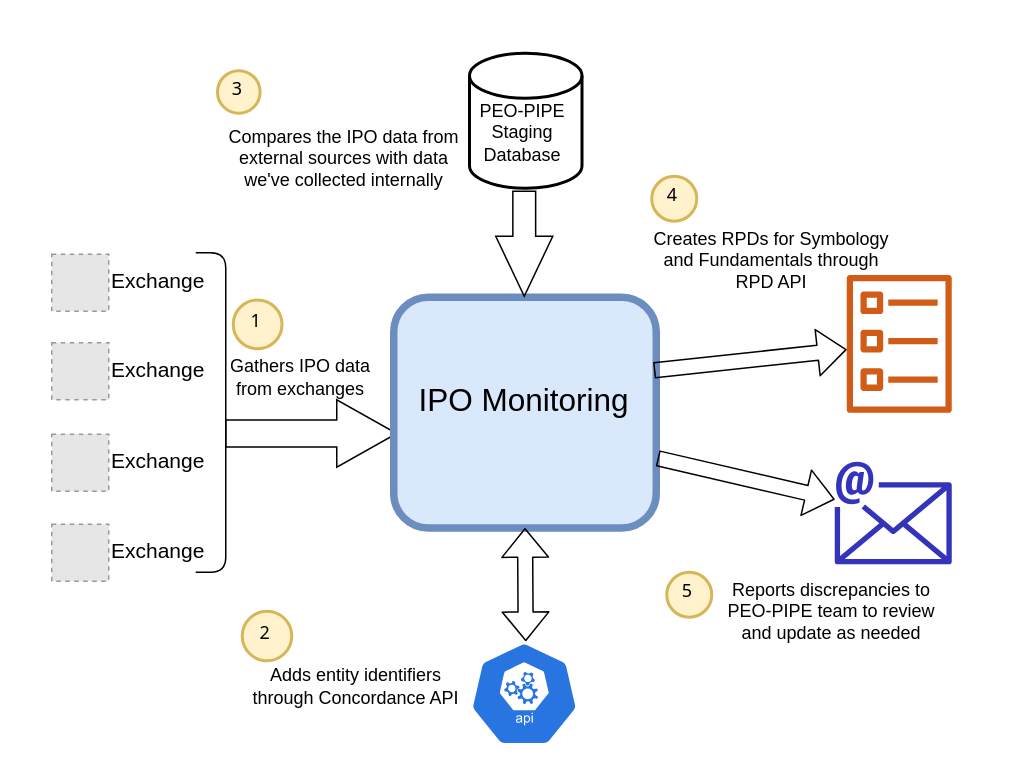
This is Images/IPO Monitoring Overview.drawio from lcirvine/ipo_monitoring, a draw.io file, before an edit. Source tidied: cells renumbered, new cells numbered last; positions are measured from the earlier drawing's top-left corner, leaving out a move shared by most shapes. Both pictures are drawn from the tidied source at 150%, with x=0, y=0 at pixel (26, 26). Pictures stored in the file or linked from it are replaced by grey dashed boxes.
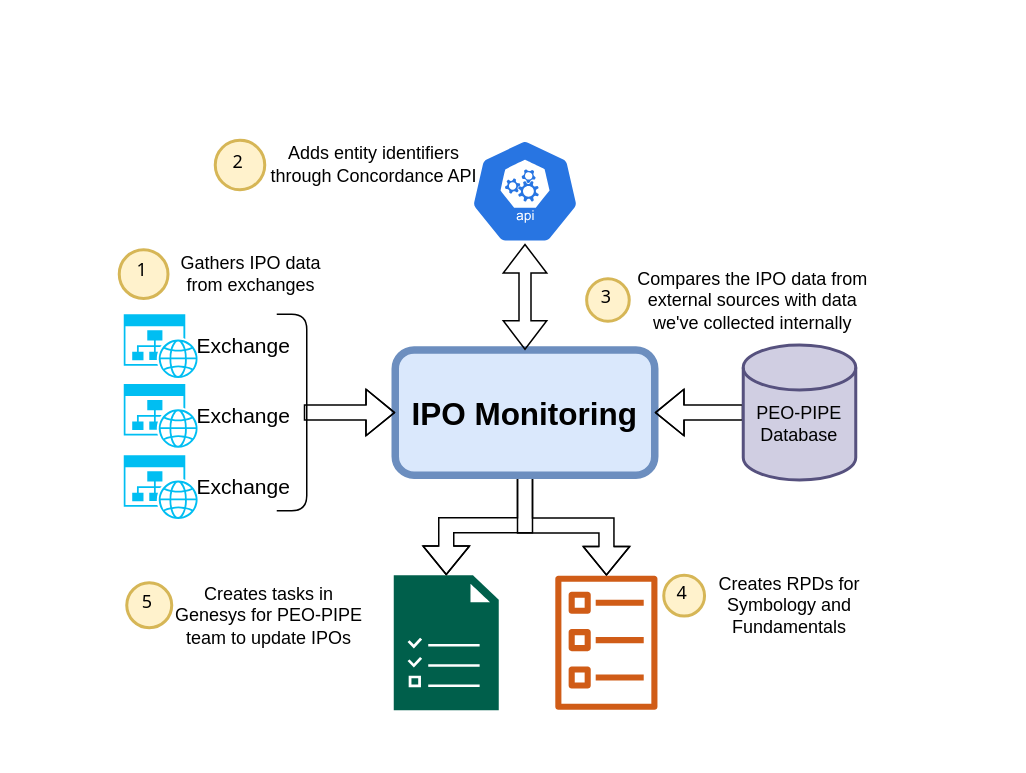
After the change.

Change to the diagram source:
```diff
@@
-    <mxCell id="2" style="group;" parent="1" vertex="1">
-      <mxGeometry width="650" height="480" as="geometry" />
-    </mxCell>
-    <mxCell id="3" style="group;" parent="2" vertex="1">
-      <mxGeometry y="150" width="280" height="220" as="geometry" />
-    </mxCell>
-    <mxCell id="4" style="shape=curlyBracket;whiteSpace=wrap;html=1;rounded=1;fillColor=none;size=0;direction=west;" parent="3" vertex="1">
-      <mxGeometry x="113" y="1" width="20" height="213" as="geometry" />
-    </mxCell>
-    <mxCell id="5" style="html=1;shadow=0;dashed=0;align=center;verticalAlign=middle;shape=mxgraph.arrows2.arrow;dy=0.6;dx=40;notch=0;fillColor=none;" parent="3" vertex="1">
-      <mxGeometry x="133" y="99" width="114" height="45" as="geometry" />
-    </mxCell>
-    <mxCell id="6" style="fillColor=#E6E6E6;strokeColor=#999999;dashed=1;html=1;verticalAlign=top;verticalLabelPosition=bottom;labelBackgroundColor=#ffffff;" parent="3" vertex="1">
-      <mxGeometry x="17" y="61" width="38" height="38" as="geometry" />
-    </mxCell>
-    <mxCell id="7" value="&lt;span style=&quot;font-size: 14px&quot;&gt;Exchange&lt;/span&gt;" style="text;html=1;strokeColor=none;fillColor=none;align=left;verticalAlign=middle;whiteSpace=wrap;rounded=0;" parent="3" vertex="1">
-      <mxGeometry x="55" y="59" width="77" height="40" as="geometry" />
-    </mxCell>
-    <mxCell id="8" style="fillColor=#E6E6E6;strokeColor=#999999;dashed=1;html=1;verticalAlign=top;verticalLabelPosition=bottom;labelBackgroundColor=#ffffff;" parent="3" vertex="1">
-      <mxGeometry x="17" y="2" width="38" height="38" as="geometry" />
-    </mxCell>
-    <mxCell id="9" value="&lt;font style=&quot;font-size: 14px&quot;&gt;Exchange&lt;/font&gt;" style="text;html=1;strokeColor=none;fillColor=none;align=left;verticalAlign=middle;whiteSpace=wrap;rounded=0;" parent="3" vertex="1">
-      <mxGeometry x="55" width="76" height="40" as="geometry" />
-    </mxCell>
-    <mxCell id="10" style="fillColor=#E6E6E6;strokeColor=#999999;dashed=1;html=1;verticalAlign=top;verticalLabelPosition=bottom;labelBackgroundColor=#ffffff;" parent="3" vertex="1">
-      <mxGeometry x="17" y="122" width="38" height="38" as="geometry" />
-    </mxCell>
-    <mxCell id="11" value="&lt;div&gt;&lt;span style=&quot;font-size: 14px&quot;&gt;Exchange&lt;/span&gt;&lt;/div&gt;" style="text;html=1;strokeColor=none;fillColor=none;align=left;verticalAlign=middle;whiteSpace=wrap;rounded=0;" parent="3" vertex="1">
-      <mxGeometry x="55" y="120" width="76" height="40" as="geometry" />
-    </mxCell>
-    <mxCell id="12" style="fillColor=#E6E6E6;strokeColor=#999999;dashed=1;html=1;verticalAlign=top;verticalLabelPosition=bottom;labelBackgroundColor=#ffffff;" parent="3" vertex="1">
-      <mxGeometry x="17" y="182" width="38" height="38" as="geometry" />
-    </mxCell>
-    <mxCell id="13" value="&lt;font style=&quot;font-size: 14px&quot;&gt;Exchange&lt;/font&gt;" style="text;html=1;strokeColor=none;fillColor=none;align=left;verticalAlign=middle;whiteSpace=wrap;rounded=0;" parent="3" vertex="1">
-      <mxGeometry x="55" y="180" width="76" height="40" as="geometry" />
-    </mxCell>
+    <mxCell id="17" style="outlineConnect=0;fontColor=#232F3E;gradientColor=none;fillColor=#D05C17;strokeColor=none;dashed=0;verticalLabelPosition=bottom;verticalAlign=top;align=center;html=1;fontSize=12;fontStyle=0;shape=mxgraph.aws4.ecs_task;" parent="1" vertex="1">
+      <mxGeometry x="352.7" y="366" width="68.1" height="90" as="geometry" />
+    </mxCell>
+    <mxCell id="23" style="html=1;dashed=0;whitespace=wrap;fillColor=#2875E2;strokeColor=#ffffff;points=[[0.005,0.63,0],[0.1,0.2,0],[0.9,0.2,0],[0.5,0,0],[0.995,0.63,0],[0.72,0.99,0],[0.5,1,0],[0.28,0.99,0]];shape=mxgraph.kubernetes.icon;prIcon=api;" parent="1" vertex="1">
+      <mxGeometry x="280.5" y="75" width="104" height="70" as="geometry" />
+    </mxCell>
+    <mxCell id="41" style="sketch=0;shadow=0;dashed=0;html=1;strokeColor=none;fillColor=#005F4B;labelPosition=center;verticalLabelPosition=bottom;verticalAlign=top;align=center;outlineConnect=0;shape=mxgraph.veeam2.task_list;" parent="1" vertex="1">
+      <mxGeometry x="245" y="366" width="70" height="90" as="geometry" />
+    </mxCell>
+    <mxCell id="42" style="edgeStyle=orthogonalEdgeStyle;shape=flexArrow;rounded=0;jettySize=auto;html=1;exitX=0.5;exitY=1;exitDx=0;exitDy=0;fontSize=21;" parent="1" edge="1" source="21" target="41">
+      <mxGeometry relative="1" as="geometry" />
+    </mxCell>
+    <mxCell id="25" style="edgeStyle=orthogonalEdgeStyle;shape=flexArrow;rounded=0;jettySize=auto;html=1;exitX=0.5;exitY=1;exitDx=0;exitDy=0;fontSize=21;" parent="1" edge="1" source="21" target="17">
+      <mxGeometry relative="1" as="geometry" />
+    </mxCell>
+    <mxCell id="21" value="IPO Monitoring" style="rounded=1;whiteSpace=wrap;html=1;fillColor=#dae8fc;strokeColor=#6c8ebf;strokeWidth=5;fontStyle=1;fontSize=21;" parent="1" vertex="1">
+      <mxGeometry x="246" y="215.8" width="173" height="83.5" as="geometry" />
+    </mxCell>
+    <mxCell id="43" style="edgeStyle=orthogonalEdgeStyle;shape=flexArrow;rounded=0;jettySize=auto;html=1;exitX=0;exitY=0.5;exitDx=0;exitDy=0;exitPerimeter=0;entryX=1;entryY=0.5;entryDx=0;entryDy=0;fontSize=21;" parent="1" edge="1" source="33" target="21">
+      <mxGeometry relative="1" as="geometry" />
+    </mxCell>
+    <mxCell id="33" value="&lt;br&gt;PEO-PIPE Database" style="strokeWidth=2;html=1;shape=mxgraph.flowchart.database;whiteSpace=wrap;fillColor=#d0cee2;strokeColor=#56517e;" parent="1" vertex="1">
+      <mxGeometry x="478" y="212.5" width="75" height="90" as="geometry" />
+    </mxCell>
+    <mxCell id="44" style="shape=flexArrow;endArrow=classic;startArrow=classic;html=1;rounded=0;entryX=0.5;entryY=1;entryDx=0;entryDy=0;entryPerimeter=0;exitX=0.5;exitY=0;exitDx=0;exitDy=0;width=8;" parent="1" edge="1" source="21" target="23">
+      <mxGeometry relative="1" as="geometry" />
+    </mxCell>
+    <mxCell id="45" style="edgeStyle=orthogonalEdgeStyle;shape=flexArrow;rounded=0;jettySize=auto;html=1;exitX=0.1;exitY=0.5;exitDx=0;exitDy=0;exitPerimeter=0;entryX=0;entryY=0.5;entryDx=0;entryDy=0;" parent="1" edge="1" source="4" target="21">
+      <mxGeometry relative="1" as="geometry" />
+    </mxCell>
+    <mxCell id="46" style="group;" parent="1" vertex="1">
+      <mxGeometry x="62" y="149" width="142.5" height="32.5" as="geometry" />
+    </mxCell>
-    <mxCell id="14" value="&lt;font style=&quot;font-size: 12px&quot;&gt;Gathers IPO data from exchanges&lt;/font&gt;" style="text;html=1;strokeColor=none;fillColor=none;align=center;verticalAlign=middle;whiteSpace=wrap;rounded=0;" parent="3" vertex="1">
-      <mxGeometry x="128" y="64" width="110" height="40" as="geometry" />
+    <mxCell id="14" value="&lt;font style=&quot;font-size: 12px&quot;&gt;Gathers IPO data from exchanges&lt;/font&gt;" style="text;html=1;strokeColor=none;fillColor=none;align=center;verticalAlign=middle;whiteSpace=wrap;rounded=0;" parent="46" vertex="1">
+      <mxGeometry x="32.5" y="2.4" width="110" height="27.8" as="geometry" />
     </mxCell>
-    <mxCell id="15" value="1" style="ellipse;whiteSpace=wrap;html=1;strokeWidth=2;fontFamily=Tahoma;spacingBottom=4;spacingRight=2;strokeColor=#d6b656;fillColor=#fff2cc;" parent="3" vertex="1">
-      <mxGeometry x="138" y="32.5" width="32.5" height="32.5" as="geometry" />
+    <mxCell id="15" value="1" style="ellipse;whiteSpace=wrap;html=1;strokeWidth=2;fontFamily=Tahoma;spacingBottom=4;spacingRight=2;strokeColor=#d6b656;fillColor=#fff2cc;" parent="46" vertex="1">
+      <mxGeometry width="32.5" height="32.5" as="geometry" />
     </mxCell>
-    <mxCell id="16" style="group;" parent="2" vertex="1">
-      <mxGeometry x="160.5" width="489.5" height="480" as="geometry" />
-    </mxCell>
-    <mxCell id="17" style="outlineConnect=0;fontColor=#232F3E;gradientColor=none;fillColor=#D05C17;strokeColor=none;dashed=0;verticalLabelPosition=bottom;verticalAlign=top;align=center;html=1;fontSize=12;fontStyle=0;shape=mxgraph.aws4.ecs_task;" parent="16" vertex="1">
-      <mxGeometry x="386.5" y="165.5" width="70" height="92.5" as="geometry" />
-    </mxCell>
-    <mxCell id="18" style="outlineConnect=0;fontColor=#232F3E;gradientColor=none;fillColor=#3334B9;strokeColor=none;dashed=0;verticalLabelPosition=bottom;verticalAlign=top;align=center;html=1;fontSize=12;fontStyle=0;shape=mxgraph.aws4.email;" parent="16" vertex="1">
-      <mxGeometry x="378.5" y="290" width="78" height="69" as="geometry" />
-    </mxCell>
+    <mxCell id="47" style="group;" parent="1" vertex="1">
+      <mxGeometry x="126" y="75" width="176" height="34" as="geometry" />
+    </mxCell>
-    <mxCell id="19" value="Adds entity identifiers through Concordance API" style="text;html=1;strokeColor=none;fillColor=none;align=center;verticalAlign=middle;whiteSpace=wrap;rounded=0;" parent="16" vertex="1">
-      <mxGeometry x="-15.5" y="410" width="150" height="60" as="geometry" />
+    <mxCell id="19" value="Adds entity identifiers through Concordance API" style="text;html=1;strokeColor=none;fillColor=none;align=center;verticalAlign=middle;whiteSpace=wrap;rounded=0;" parent="47" vertex="1">
+      <mxGeometry x="36" width="140" height="34" as="geometry" />
     </mxCell>
-    <mxCell id="20" style="group;" parent="16" vertex="1">
-      <mxGeometry x="84.5" y="180" width="175" height="154.5" as="geometry" />
-    </mxCell>
-    <mxCell id="21" style="rounded=1;whiteSpace=wrap;html=1;fillColor=#dae8fc;strokeColor=#6c8ebf;strokeWidth=5;" parent="20" vertex="1">
-      <mxGeometry y="0.6" width="175" height="153.9" as="geometry" />
-    </mxCell>
-    <mxCell id="22" value="&lt;font style=&quot;font-size: 21px&quot;&gt;IPO Monitoring&lt;/font&gt;" style="text;html=1;strokeColor=none;fillColor=none;align=center;verticalAlign=middle;whiteSpace=wrap;rounded=0;" parent="20" vertex="1">
-      <mxGeometry x="15" y="60" width="143.8" height="17.1" as="geometry" />
-    </mxCell>
-    <mxCell id="23" style="html=1;dashed=0;whitespace=wrap;fillColor=#2875E2;strokeColor=#ffffff;points=[[0.005,0.63,0],[0.1,0.2,0],[0.9,0.2,0],[0.5,0,0],[0.995,0.63,0],[0.72,0.99,0],[0.5,1,0],[0.28,0.99,0]];shape=mxgraph.kubernetes.icon;prIcon=api;" parent="16" vertex="1">
-      <mxGeometry x="119.5" y="410" width="104" height="70" as="geometry" />
-    </mxCell>
-    <mxCell id="24" style="shape=flexArrow;endArrow=classic;startArrow=classic;html=1;strokeWidth=1;entryX=0.5;entryY=1;entryDx=0;entryDy=0;" parent="16" edge="1" target="21">
-      <mxGeometry relative="1" as="geometry">
-        <mxPoint x="172.5" y="410" as="sourcePoint" />
-      </mxGeometry>
-    </mxCell>
-    <mxCell id="25" style="shape=flexArrow;endArrow=classic;html=1;strokeWidth=1;exitX=0.991;exitY=0.317;exitDx=0;exitDy=0;exitPerimeter=0;" parent="16" edge="1" source="21" target="17">
-      <mxGeometry relative="1" as="geometry" />
-    </mxCell>
-    <mxCell id="26" style="shape=flexArrow;endArrow=classic;html=1;strokeWidth=1;exitX=1.005;exitY=0.698;exitDx=0;exitDy=0;exitPerimeter=0;" parent="16" edge="1" source="21" target="18">
-      <mxGeometry relative="1" as="geometry" />
-    </mxCell>
-    <mxCell id="27" value="2" style="ellipse;whiteSpace=wrap;html=1;strokeWidth=2;fontFamily=Tahoma;spacingBottom=4;spacingRight=2;strokeColor=#d6b656;fillColor=#fff2cc;" parent="16" vertex="1">
-      <mxGeometry x="-16.5" y="390" width="33" height="33" as="geometry" />
+    <mxCell id="27" value="2" style="ellipse;whiteSpace=wrap;html=1;strokeWidth=2;fontFamily=Tahoma;spacingBottom=4;spacingRight=2;strokeColor=#d6b656;fillColor=#fff2cc;" parent="47" vertex="1">
+      <mxGeometry y="1" width="33" height="33" as="geometry" />
     </mxCell>
-    <mxCell id="28" style="group;" parent="16" vertex="1">
-      <mxGeometry x="256.5" y="100" width="160" height="65.5" as="geometry" />
-    </mxCell>
+    <mxCell id="48" style="group;" parent="1" vertex="1">
+      <mxGeometry x="373.6" y="159" width="189.4" height="47" as="geometry" />
+    </mxCell>
+    <mxCell id="38" value="3" style="ellipse;whiteSpace=wrap;html=1;strokeWidth=2;fontFamily=Tahoma;spacingBottom=4;spacingRight=2;strokeColor=#d6b656;fillColor=#fff2cc;" parent="48" vertex="1">
+      <mxGeometry y="9.3" width="28.4" height="28.4" as="geometry" />
+    </mxCell>
+    <mxCell id="37" value="Compares the IPO data from external sources with data we've collected internally" style="text;html=1;strokeColor=none;fillColor=none;align=center;verticalAlign=middle;whiteSpace=wrap;rounded=0;" parent="48" vertex="1">
+      <mxGeometry x="32.4" width="157" height="47" as="geometry" />
+    </mxCell>
+    <mxCell id="49" style="group;" parent="1" vertex="1">
+      <mxGeometry x="425" y="366" width="138" height="40.8" as="geometry" />
+    </mxCell>
-    <mxCell id="29" value="4" style="ellipse;whiteSpace=wrap;html=1;strokeWidth=2;fontFamily=Tahoma;spacingBottom=4;spacingRight=2;strokeColor=#d6b656;fillColor=#fff2cc;" parent="28" vertex="1">
-      <mxGeometry width="30" height="30" as="geometry" />
+    <mxCell id="29" value="4" style="ellipse;whiteSpace=wrap;html=1;strokeWidth=2;fontFamily=Tahoma;spacingBottom=4;spacingRight=2;strokeColor=#d6b656;fillColor=#fff2cc;" parent="49" vertex="1">
+      <mxGeometry width="27.2" height="27.2" as="geometry" />
     </mxCell>
-    <mxCell id="30" value="Creates RPDs for Symbology and Fundamentals through RPD API" style="text;html=1;strokeColor=none;fillColor=none;align=center;verticalAlign=middle;whiteSpace=wrap;rounded=0;" parent="28" vertex="1">
-      <mxGeometry y="45.5" width="160" height="20" as="geometry" />
+    <mxCell id="30" value="Creates RPDs for Symbology and Fundamentals" style="text;html=1;strokeColor=none;fillColor=none;align=center;verticalAlign=middle;whiteSpace=wrap;rounded=0;" parent="49" vertex="1">
+      <mxGeometry x="29.9" width="108.1" height="40.8" as="geometry" />
     </mxCell>
-    <mxCell id="31" style="group;" parent="16" vertex="1">
-      <mxGeometry width="243" height="180" as="geometry" />
-    </mxCell>
-    <mxCell id="32" style="group;" parent="31" vertex="1">
-      <mxGeometry x="168" y="13" width="75" height="90" as="geometry" />
-    </mxCell>
-    <mxCell id="33" style="strokeWidth=2;html=1;shape=mxgraph.flowchart.database;whiteSpace=wrap;" parent="32" vertex="1">
-      <mxGeometry x="-33" y="5" width="75" height="90" as="geometry" />
-    </mxCell>
-    <mxCell id="34" value="PEO-PIPE Staging Database" style="text;html=1;strokeColor=none;fillColor=none;align=center;verticalAlign=middle;whiteSpace=wrap;rounded=0;" parent="32" vertex="1">
-      <mxGeometry x="-33" y="35" width="70" height="45" as="geometry" />
-    </mxCell>
-    <mxCell id="35" style="group;" parent="31" vertex="1">
-      <mxGeometry x="-33" y="58" width="228" height="122" as="geometry" />
-    </mxCell>
-    <mxCell id="36" style="html=1;shadow=0;dashed=0;align=center;verticalAlign=middle;shape=mxgraph.arrows2.arrow;dy=0.6;dx=40;notch=0;fillColor=none;direction=south;" parent="35" vertex="1">
-      <mxGeometry x="185.5" y="52" width="38" height="70" as="geometry" />
-    </mxCell>
-    <mxCell id="37" value="Compares the IPO data from external sources with data we've collected internally" style="text;html=1;strokeColor=none;fillColor=none;align=center;verticalAlign=middle;whiteSpace=wrap;rounded=0;" parent="35" vertex="1">
-      <mxGeometry width="168" height="60" as="geometry" />
-    </mxCell>
-    <mxCell id="38" value="3" style="ellipse;whiteSpace=wrap;html=1;strokeWidth=2;fontFamily=Tahoma;spacingBottom=4;spacingRight=2;strokeColor=#d6b656;fillColor=#fff2cc;" parent="31" vertex="1">
-      <mxGeometry x="-33" y="29.6" width="28.4" height="28.4" as="geometry" />
-    </mxCell>
-    <mxCell id="39" value="5" style="ellipse;whiteSpace=wrap;html=1;strokeWidth=2;fontFamily=Tahoma;spacingBottom=4;spacingRight=2;strokeColor=#d6b656;fillColor=#fff2cc;" parent="16" vertex="1">
-      <mxGeometry x="266.5" y="364" width="30" height="30" as="geometry" />
+    <mxCell id="39" value="5" style="ellipse;whiteSpace=wrap;html=1;strokeWidth=2;fontFamily=Tahoma;spacingBottom=4;spacingRight=2;strokeColor=#d6b656;fillColor=#fff2cc;" parent="1" vertex="1">
+      <mxGeometry x="67" y="371" width="30" height="30" as="geometry" />
     </mxCell>
-    <mxCell id="40" value="Reports discrepancies to PEO-PIPE team to review and update as needed" style="text;html=1;strokeColor=none;fillColor=none;align=center;verticalAlign=middle;whiteSpace=wrap;rounded=0;" parent="16" vertex="1">
-      <mxGeometry x="296.5" y="370" width="160" height="40" as="geometry" />
+    <mxCell id="40" value="Creates tasks in Genesys for PEO-PIPE team to update IPOs" style="text;html=1;strokeColor=none;fillColor=none;align=center;verticalAlign=middle;whiteSpace=wrap;rounded=0;" parent="1" vertex="1">
+      <mxGeometry x="93.5" y="366" width="136.2" height="54" as="geometry" />
     </mxCell>
+    <mxCell id="4" style="shape=curlyBracket;whiteSpace=wrap;html=1;rounded=1;fillColor=none;size=0;direction=west;" parent="1" vertex="1">
+      <mxGeometry x="167" y="192" width="20" height="131" as="geometry" />
+    </mxCell>
+    <mxCell id="50" style="group;" parent="1" vertex="1">
+      <mxGeometry x="65" y="192" width="119" height="136.5" as="geometry" />
+    </mxCell>
+    <mxCell id="51" style="group;" parent="50" vertex="1">
+      <mxGeometry y="94" width="119" height="42.5" as="geometry" />
+    </mxCell>
+    <mxCell id="52" value="&lt;font style=&quot;font-size: 14px&quot;&gt;Exchange&lt;/font&gt;" style="text;html=1;strokeColor=none;fillColor=none;align=left;verticalAlign=middle;whiteSpace=wrap;rounded=0;" parent="51" vertex="1">
+      <mxGeometry x="47" y="11.8" width="72" height="19" as="geometry" />
+    </mxCell>
+    <mxCell id="53" style="verticalLabelPosition=bottom;html=1;verticalAlign=top;align=center;strokeColor=none;fillColor=#00BEF2;shape=mxgraph.azure.website_generic;" parent="51" vertex="1">
+      <mxGeometry width="50" height="42.5" as="geometry" />
+    </mxCell>
+    <mxCell id="54" style="group;" parent="50" vertex="1">
+      <mxGeometry width="119" height="42.5" as="geometry" />
+    </mxCell>
+    <mxCell id="9" value="&lt;font style=&quot;font-size: 14px&quot;&gt;Exchange&lt;/font&gt;" style="text;html=1;strokeColor=none;fillColor=none;align=left;verticalAlign=middle;whiteSpace=wrap;rounded=0;" parent="54" vertex="1">
+      <mxGeometry x="47" y="11.8" width="72" height="19" as="geometry" />
+    </mxCell>
+    <mxCell id="55" style="verticalLabelPosition=bottom;html=1;verticalAlign=top;align=center;strokeColor=none;fillColor=#00BEF2;shape=mxgraph.azure.website_generic;" parent="54" vertex="1">
+      <mxGeometry width="50" height="42.5" as="geometry" />
+    </mxCell>
+    <mxCell id="56" style="group;" parent="50" vertex="1">
+      <mxGeometry y="46.5" width="119" height="42.5" as="geometry" />
+    </mxCell>
+    <mxCell id="57" value="&lt;font style=&quot;font-size: 14px&quot;&gt;Exchange&lt;/font&gt;" style="text;html=1;strokeColor=none;fillColor=none;align=left;verticalAlign=middle;whiteSpace=wrap;rounded=0;" parent="56" vertex="1">
+      <mxGeometry x="47" y="11.8" width="72" height="19" as="geometry" />
+    </mxCell>
+    <mxCell id="58" style="verticalLabelPosition=bottom;html=1;verticalAlign=top;align=center;strokeColor=none;fillColor=#00BEF2;shape=mxgraph.azure.website_generic;" parent="56" vertex="1">
+      <mxGeometry width="50" height="42.5" as="geometry" />
+    </mxCell>
```
